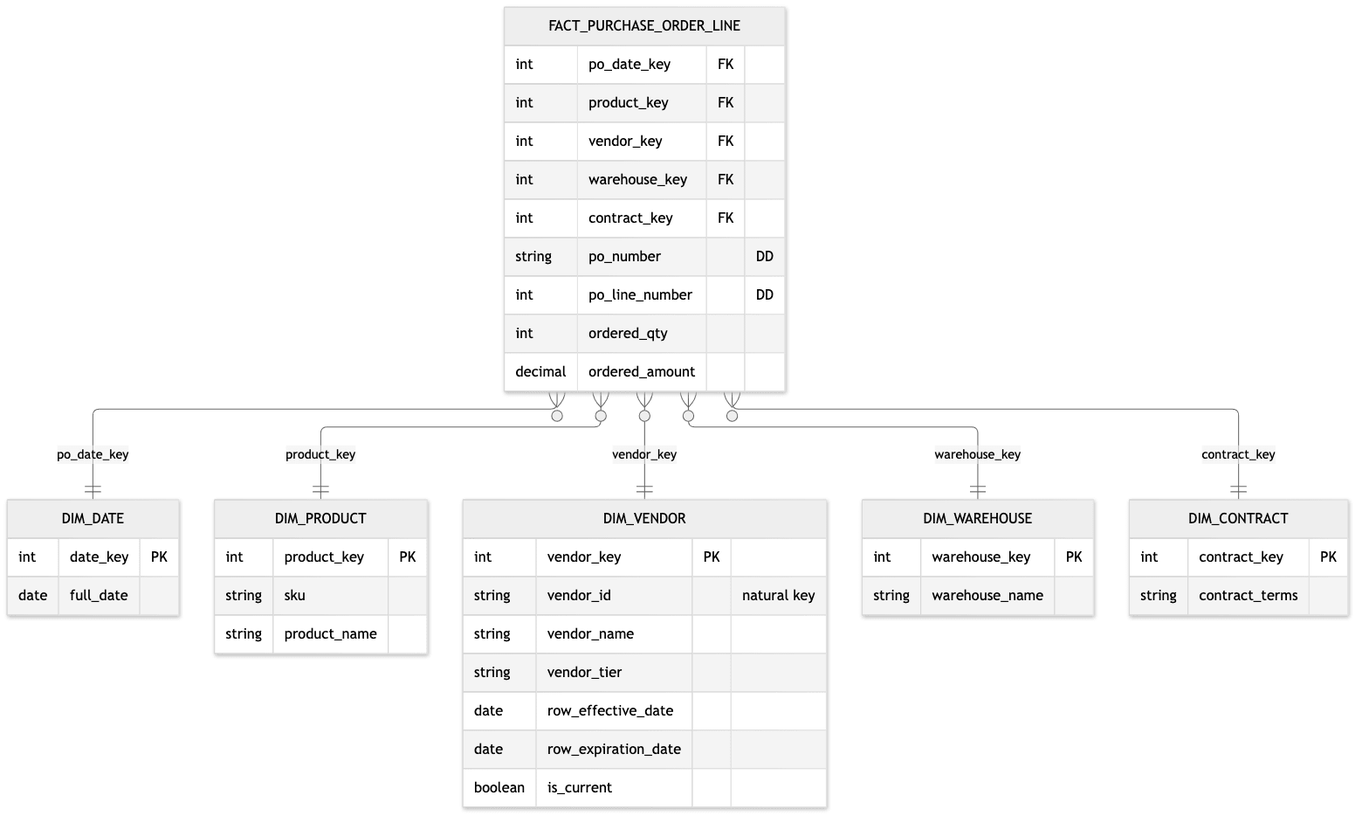
Before: public/assets/data-warehouse-toolkit/ch05-procurement-star.png, a diagram exported from Mermaid (surfalytics/dataengineer_ru). Its source is kept beside it as scripts/kimball-diagrams/src/ch05-procurement-star.mmd. The source it was exported from:
```mermaid
erDiagram
  FACT_PURCHASE_ORDER_LINE }o--|| DIM_DATE : "po_date_key"
  FACT_PURCHASE_ORDER_LINE }o--|| DIM_PRODUCT : "product_key"
  FACT_PURCHASE_ORDER_LINE }o--|| DIM_VENDOR : "vendor_key"
  FACT_PURCHASE_ORDER_LINE }o--|| DIM_WAREHOUSE : "warehouse_key"
  FACT_PURCHASE_ORDER_LINE }o--|| DIM_CONTRACT : "contract_key"
  FACT_PURCHASE_ORDER_LINE {
    int po_date_key FK
    int product_key FK
    int vendor_key FK
    int warehouse_key FK
    int contract_key FK
    string po_number "DD"
    int po_line_number "DD"
    int ordered_qty
    decimal ordered_amount
  }
  DIM_VENDOR {
    int vendor_key PK
    string vendor_id "natural key"
    string vendor_name
    string vendor_tier
    date row_effective_date
    date row_expiration_date
    boolean is_current
  }
  DIM_PRODUCT {
    int product_key PK
    string sku
    string product_name
  }
  DIM_WAREHOUSE {
    int warehouse_key PK
    string warehouse_name
  }
  DIM_CONTRACT {
    int contract_key PK
    string contract_terms
  }
  DIM_DATE {
    int date_key PK
    date full_date
  }
```
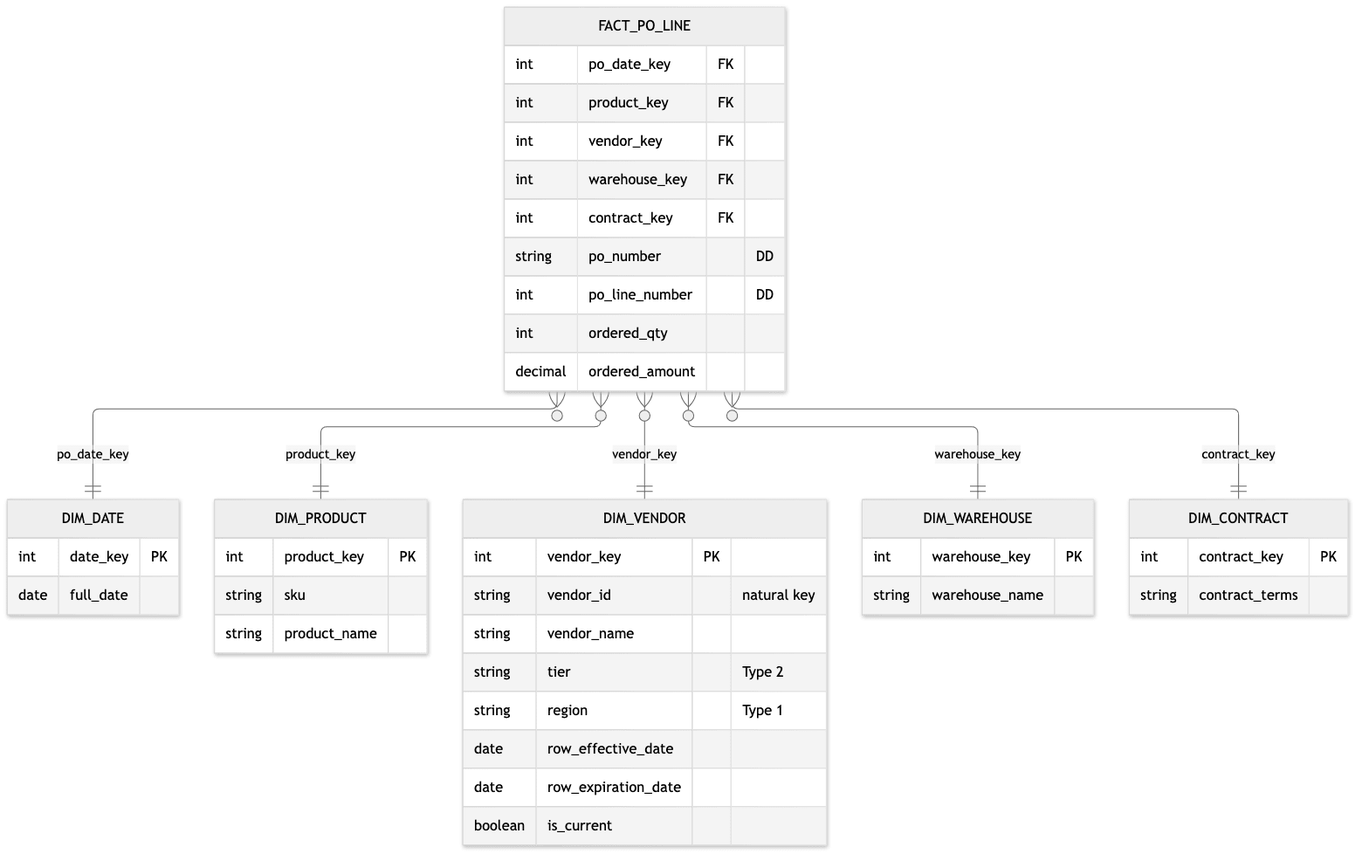
After the commit.

The edit, as a diff of the source:
```diff
@@ -1,10 +1,10 @@
 erDiagram
-  FACT_PURCHASE_ORDER_LINE }o--|| DIM_DATE : "po_date_key"
-  FACT_PURCHASE_ORDER_LINE }o--|| DIM_PRODUCT : "product_key"
-  FACT_PURCHASE_ORDER_LINE }o--|| DIM_VENDOR : "vendor_key"
-  FACT_PURCHASE_ORDER_LINE }o--|| DIM_WAREHOUSE : "warehouse_key"
-  FACT_PURCHASE_ORDER_LINE }o--|| DIM_CONTRACT : "contract_key"
-  FACT_PURCHASE_ORDER_LINE {
+  FACT_PO_LINE }o--|| DIM_DATE : "po_date_key"
+  FACT_PO_LINE }o--|| DIM_PRODUCT : "product_key"
+  FACT_PO_LINE }o--|| DIM_VENDOR : "vendor_key"
+  FACT_PO_LINE }o--|| DIM_WAREHOUSE : "warehouse_key"
+  FACT_PO_LINE }o--|| DIM_CONTRACT : "contract_key"
+  FACT_PO_LINE {
     int po_date_key FK
     int product_key FK
     int vendor_key FK
@@ -19,7 +19,8 @@
     int vendor_key PK
     string vendor_id "natural key"
     string vendor_name
-    string vendor_tier
+    string tier "Type 2"
+    string region "Type 1"
     date row_effective_date
     date row_expiration_date
     boolean is_current
```
